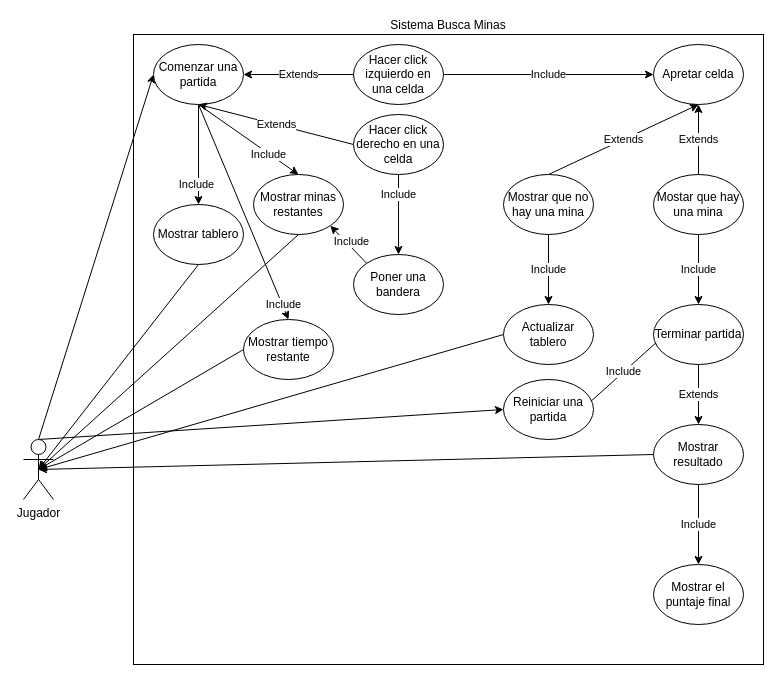
The draw.io diagram DiagramaCasosDeUso.drawio in RenatoAtencio/ProyectoArquitecturaDeSoftware, before the edit. Source tidied: cells renumbered, new cells numbered last; positions are measured from the earlier drawing's top-left corner, leaving out a move shared by most shapes. Both pictures are drawn from the tidied source at 100%, with x=0, y=0 at pixel (23, 34).
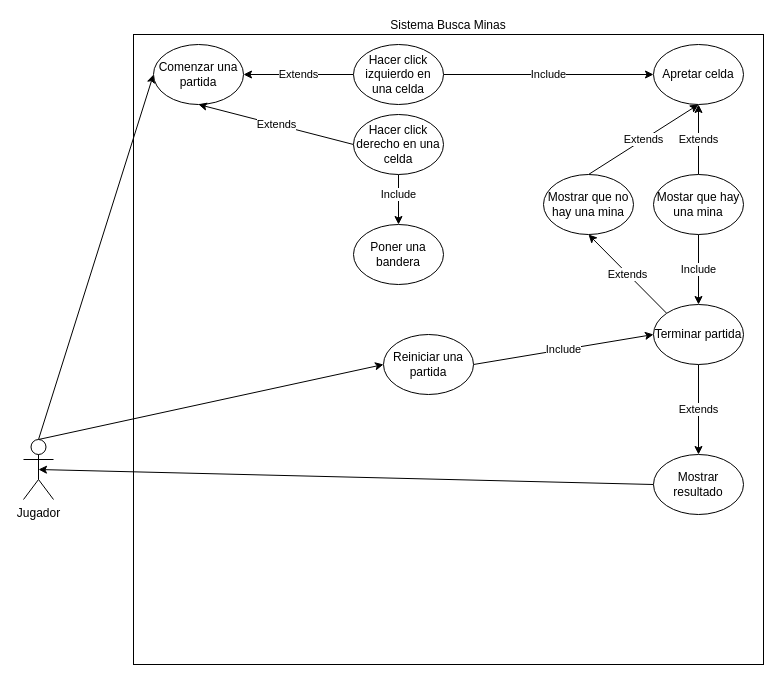
After the change.

The change refers to these unchanged cells:
```xml
<mxCell id="5" value="Jugador" style="shape=umlActor;verticalLabelPosition=bottom;verticalAlign=top;html=1;outlineConnect=0;" parent="1" vertex="1">
  <mxGeometry y="405" width="30" height="60" as="geometry" />
</mxCell>
<mxCell id="7" value="Comenzar una partida" style="ellipse;whiteSpace=wrap;html=1;" parent="1" vertex="1">
  <mxGeometry x="130" y="10" width="90" height="60" as="geometry" />
</mxCell>
<mxCell id="18" value="Terminar partida" style="ellipse;whiteSpace=wrap;html=1;" parent="1" vertex="1">
  <mxGeometry x="630" y="270" width="90" height="60" as="geometry" />
</mxCell>
<mxCell id="29" value="Hacer click derecho en una celda" style="ellipse;whiteSpace=wrap;html=1;" parent="1" vertex="1">
  <mxGeometry x="330" y="80" width="90" height="60" as="geometry" />
</mxCell>
```

Diff of the diagram source:
```diff
@@
-    <mxCell id="6" value="Include" style="edgeStyle=none;html=1;exitX=0.5;exitY=1;exitDx=0;exitDy=0;entryX=0.5;entryY=0;entryDx=0;entryDy=0;" parent="1" edge="1" source="7" target="40">
-      <mxGeometry x="0.6" y="-2" relative="1" as="geometry" />
-    </mxCell>
@@
-    <mxCell id="8" value="Include" style="edgeStyle=none;html=1;exitX=0.5;exitY=1;exitDx=0;exitDy=0;entryX=0.5;entryY=0;entryDx=0;entryDy=0;" parent="1" edge="1" source="9" target="18">
+    <mxCell id="8" value="Include" style="edgeStyle=none;html=1;exitX=1;exitY=0.5;exitDx=0;exitDy=0;entryX=0;entryY=0.5;entryDx=0;entryDy=0;" parent="1" edge="1" source="9" target="18">
       <mxGeometry relative="1" as="geometry" />
     </mxCell>
     <mxCell id="9" value="Reiniciar una partida" style="ellipse;whiteSpace=wrap;html=1;" parent="1" vertex="1">
-      <mxGeometry x="480" y="345" width="90" height="60" as="geometry" />
+      <mxGeometry x="360" y="300" width="90" height="60" as="geometry" />
     </mxCell>
@@
-    <mxCell id="12" value="Include" style="edgeStyle=none;html=1;exitX=0;exitY=0;exitDx=0;exitDy=0;entryX=1;entryY=1;entryDx=0;entryDy=0;" parent="1" edge="1" source="13" target="20">
-      <mxGeometry y="-4" relative="1" as="geometry" />
-    </mxCell>
     <mxCell id="13" value="Poner una bandera" style="ellipse;whiteSpace=wrap;html=1;" parent="1" vertex="1">
-      <mxGeometry x="330" y="220" width="90" height="60" as="geometry" />
+      <mxGeometry x="330" y="190" width="90" height="60" as="geometry" />
     </mxCell>
@@
+    <mxCell id="41" value="Extends" style="edgeStyle=none;html=1;exitX=0;exitY=0;exitDx=0;exitDy=0;entryX=0.5;entryY=1;entryDx=0;entryDy=0;" parent="1" edge="1" source="18" target="36">
+      <mxGeometry relative="1" as="geometry" />
+    </mxCell>
@@
-    <mxCell id="19" style="edgeStyle=none;html=1;exitX=0.5;exitY=1;exitDx=0;exitDy=0;entryX=0.5;entryY=0.5;entryDx=0;entryDy=0;entryPerimeter=0;" parent="1" edge="1" source="20" target="5">
-      <mxGeometry relative="1" as="geometry" />
-    </mxCell>
-    <mxCell id="20" value="Mostrar minas restantes" style="ellipse;whiteSpace=wrap;html=1;" parent="1" vertex="1">
-      <mxGeometry x="230" y="140" width="90" height="60" as="geometry" />
-    </mxCell>
-    <mxCell id="21" style="edgeStyle=none;html=1;exitX=0;exitY=0.5;exitDx=0;exitDy=0;entryX=0.5;entryY=0.5;entryDx=0;entryDy=0;entryPerimeter=0;" parent="1" edge="1" source="22" target="5">
-      <mxGeometry relative="1" as="geometry" />
-    </mxCell>
-    <mxCell id="22" value="Mostrar tiempo restante" style="ellipse;whiteSpace=wrap;html=1;" parent="1" vertex="1">
-      <mxGeometry x="220" y="285" width="90" height="60" as="geometry" />
-    </mxCell>
-    <mxCell id="23" value="Include" style="edgeStyle=none;html=1;exitX=0.5;exitY=1;exitDx=0;exitDy=0;entryX=0.5;entryY=0;entryDx=0;entryDy=0;" parent="1" edge="1" source="25" target="26">
-      <mxGeometry relative="1" as="geometry" />
-    </mxCell>
@@
     <mxCell id="25" value="Mostrar resultado" style="ellipse;whiteSpace=wrap;html=1;" parent="1" vertex="1">
-      <mxGeometry x="630" y="390" width="90" height="60" as="geometry" />
+      <mxGeometry x="630" y="420" width="90" height="60" as="geometry" />
     </mxCell>
-    <mxCell id="26" value="Mostrar el puntaje final" style="ellipse;whiteSpace=wrap;html=1;" parent="1" vertex="1">
-      <mxGeometry x="630" y="530" width="90" height="60" as="geometry" />
-    </mxCell>
     <mxCell id="27" value="Include" style="edgeStyle=none;html=1;exitX=0.5;exitY=1;exitDx=0;exitDy=0;entryX=0.5;entryY=0;entryDx=0;entryDy=0;" parent="1" edge="1" source="29" target="13">
-      <mxGeometry x="-0.5" relative="1" as="geometry" />
+      <mxGeometry x="-0.2" relative="1" as="geometry" />
     </mxCell>
@@
-    <mxCell id="32" value="Include" style="edgeStyle=none;html=1;exitX=0.5;exitY=1;exitDx=0;exitDy=0;entryX=0.5;entryY=0;entryDx=0;entryDy=0;" parent="1" edge="1" source="7" target="20">
-      <mxGeometry x="0.4" relative="1" as="geometry">
-        <mxPoint y="1" as="offset" />
-      </mxGeometry>
-    </mxCell>
-    <mxCell id="33" value="Include" style="edgeStyle=none;html=1;exitX=0.5;exitY=1;exitDx=0;exitDy=0;entryX=0.5;entryY=0;entryDx=0;entryDy=0;" parent="1" edge="1" source="7" target="22">
-      <mxGeometry x="0.86" y="1" relative="1" as="geometry" />
-    </mxCell>
@@
-    <mxCell id="35" value="Include" style="edgeStyle=none;html=1;exitX=0.5;exitY=1;exitDx=0;exitDy=0;entryX=0.5;entryY=0;entryDx=0;entryDy=0;" parent="1" edge="1" source="36" target="38">
-      <mxGeometry relative="1" as="geometry" />
-    </mxCell>
     <mxCell id="36" value="Mostrar que no hay una mina" style="ellipse;whiteSpace=wrap;html=1;" parent="1" vertex="1">
-      <mxGeometry x="480" y="140" width="90" height="60" as="geometry" />
+      <mxGeometry x="520" y="140" width="90" height="60" as="geometry" />
     </mxCell>
-    <mxCell id="37" style="edgeStyle=none;html=1;exitX=0;exitY=0.5;exitDx=0;exitDy=0;entryX=0.5;entryY=0.5;entryDx=0;entryDy=0;entryPerimeter=0;" parent="1" edge="1" source="38" target="5">
-      <mxGeometry relative="1" as="geometry" />
-    </mxCell>
-    <mxCell id="38" value="Actualizar tablero" style="ellipse;whiteSpace=wrap;html=1;" parent="1" vertex="1">
-      <mxGeometry x="480" y="270" width="90" height="60" as="geometry" />
-    </mxCell>
-    <mxCell id="39" style="edgeStyle=none;html=1;exitX=0.5;exitY=1;exitDx=0;exitDy=0;entryX=0.5;entryY=0.5;entryDx=0;entryDy=0;entryPerimeter=0;" parent="1" edge="1" source="40" target="5">
-      <mxGeometry relative="1" as="geometry" />
-    </mxCell>
-    <mxCell id="40" value="Mostrar tablero" style="ellipse;whiteSpace=wrap;html=1;" parent="1" vertex="1">
-      <mxGeometry x="130" y="170" width="90" height="60" as="geometry" />
-    </mxCell>
```
